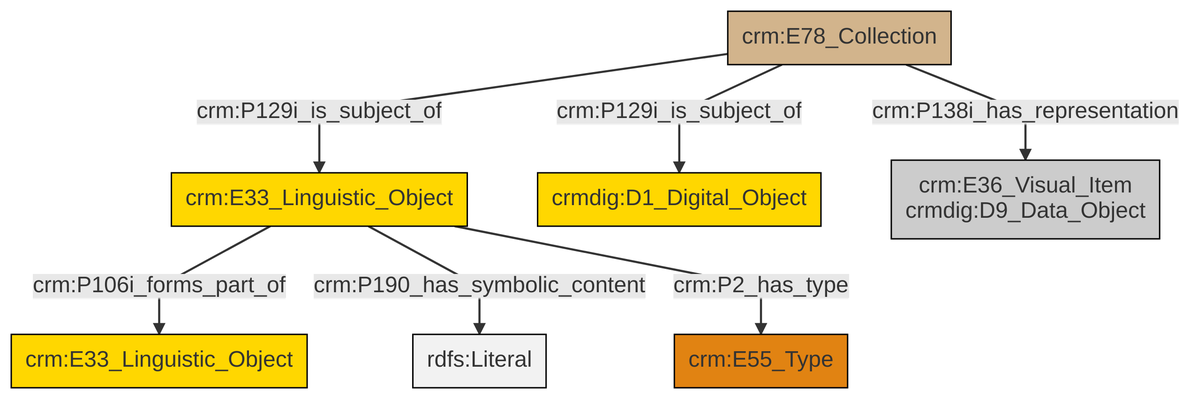
This is et/archivalCSV/ttl/mmd/png/archival_docs.png from swiss-art-research-net/docs.swissartresearch, a Mermaid export, as it was before one commit. Its source is kept beside it as et/archivalCSV/ttl/mmd/archival_docs.ttl.mmd.
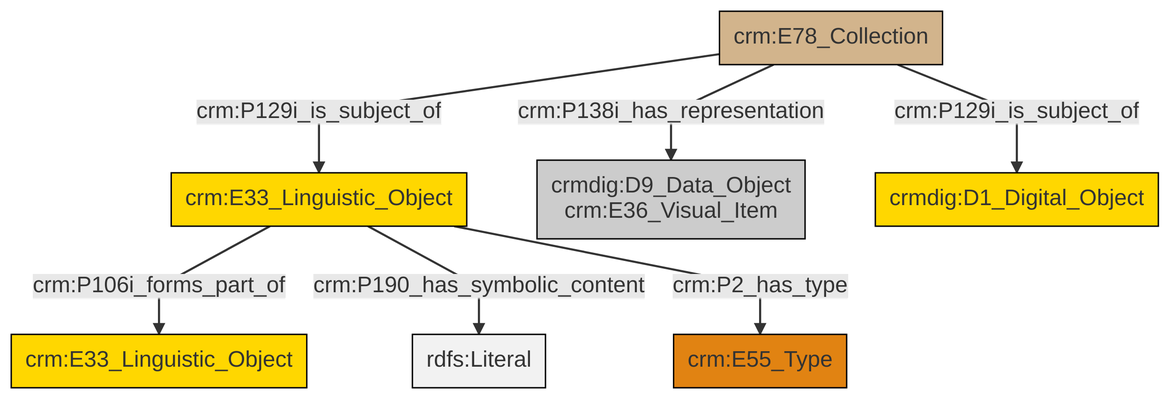
The same file after the commit.

Diff of the diagram source:
```diff
@@ -13,9 +13,9 @@
 classDef PC_Classes fill:#4ce600, stroke:#000000;
 classDef Multi fill:#cccccc,stroke:#000000;
 
-0["crm:E33_Linguistic_Object"]:::Conceptual_Object -->|crm:P106i_forms_part_of| 1["crm:E33_Linguistic_Object"]:::Conceptual_Object
-0["crm:E33_Linguistic_Object"]:::Conceptual_Object -->|crm:P190_has_symbolic_content| 3[rdfs:Literal]:::Literal
-0["crm:E33_Linguistic_Object"]:::Conceptual_Object -->|crm:P2_has_type| 7["crm:E55_Type"]:::Type
-4["crm:E78_Collection"]:::Physical_Thing -->|crm:P129i_is_subject_of| 9["crmdig:D1_Digital_Object"]:::Conceptual_Object
-4["crm:E78_Collection"]:::Physical_Thing -->|crm:P129i_is_subject_of| 0["crm:E33_Linguistic_Object"]:::Conceptual_Object
-4["crm:E78_Collection"]:::Physical_Thing -->|crm:P138i_has_representation| 10["crm:E36_Visual_Item<br>crmdig:D9_Data_Object"]:::Multi
+2["crm:E33_Linguistic_Object"]:::Conceptual_Object -->|crm:P106i_forms_part_of| 3["crm:E33_Linguistic_Object"]:::Conceptual_Object
+2["crm:E33_Linguistic_Object"]:::Conceptual_Object -->|crm:P190_has_symbolic_content| 5[rdfs:Literal]:::Literal
+8["crm:E78_Collection"]:::Physical_Thing -->|crm:P129i_is_subject_of| 9["crmdig:D1_Digital_Object"]:::Conceptual_Object
+8["crm:E78_Collection"]:::Physical_Thing -->|crm:P129i_is_subject_of| 2["crm:E33_Linguistic_Object"]:::Conceptual_Object
+8["crm:E78_Collection"]:::Physical_Thing -->|crm:P138i_has_representation| 6["crmdig:D9_Data_Object<br>crm:E36_Visual_Item"]:::Multi
+2["crm:E33_Linguistic_Object"]:::Conceptual_Object -->|crm:P2_has_type| 0["crm:E55_Type"]:::Type
```
